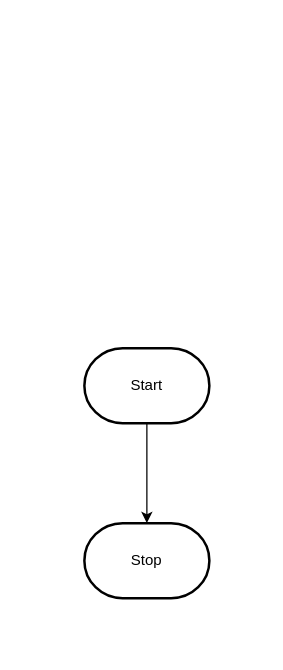
MTHS-ICD2O-1-2023/ICD2O-Unit-3-03-pablo-fiallos-granados keeps this draw.io diagram as design/flowchart.drawio. Above is the earlier version. Source tidied: cells renumbered, new cells numbered last; positions are measured from the earlier drawing's top-left corner, leaving out a move shared by most shapes. Both pictures are drawn from the tidied source at 125%, with x=0, y=0 at pixel (84, 348).
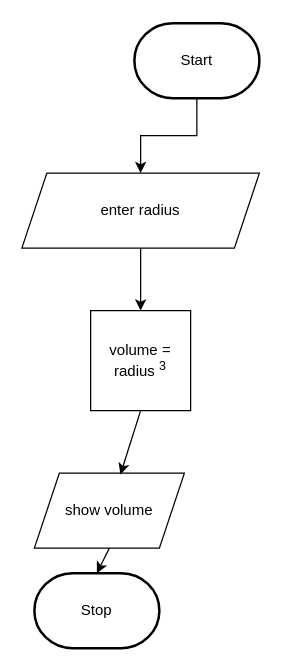
After the change.

What changed in the source:
```diff
@@
 <mxGraphModel>
   <root>
     <mxCell id="0" />
     <mxCell id="1" parent="0" />
-    <mxCell id="2" style="edgeStyle=orthogonalEdgeStyle;html=1;rounded=0;" parent="1" edge="1" source="3" target="4">
-      <mxGeometry relative="1" as="geometry" />
-    </mxCell>
+    <mxCell id="5" style="edgeStyle=orthogonalEdgeStyle;html=1;rounded=0;entryX=0.5;entryY=0;entryDx=0;entryDy=0;" parent="1" edge="1" source="3" target="6">
+      <mxGeometry relative="1" as="geometry" />
+    </mxCell>
     <mxCell id="3" value="Start" style="strokeWidth=2;html=1;shape=mxgraph.flowchart.terminator;whiteSpace=wrap;" parent="1" vertex="1">
-      <mxGeometry width="100" height="60" as="geometry" />
+      <mxGeometry x="40" y="-260" width="100" height="60" as="geometry" />
     </mxCell>
     <mxCell id="4" value="Stop" style="strokeWidth=2;html=1;shape=mxgraph.flowchart.terminator;whiteSpace=wrap;" parent="1" vertex="1">
-      <mxGeometry y="140" width="100" height="60" as="geometry" />
+      <mxGeometry x="-40" y="180" width="100" height="60" as="geometry" />
     </mxCell>
+    <mxCell id="6" value="enter radius" style="shape=parallelogram;perimeter=parallelogramPerimeter;whiteSpace=wrap;html=1;fixedSize=1;" parent="1" vertex="1">
+      <mxGeometry x="-50" y="-140" width="190" height="60" as="geometry" />
+    </mxCell>
+    <mxCell id="7" value="volume = radius &lt;sup&gt;3&lt;/sup&gt;" style="whiteSpace=wrap;html=1;" parent="1" vertex="1">
+      <mxGeometry x="5" y="-30" width="80" height="80" as="geometry" />
+    </mxCell>
+    <mxCell id="8" style="endArrow=classic;html=1;exitX=0.5;exitY=1;exitDx=0;exitDy=0;entryX=0.5;entryY=0;entryDx=0;entryDy=0;" parent="1" edge="1" source="6" target="7">
+      <mxGeometry relative="1" as="geometry" />
+    </mxCell>
+    <mxCell id="9" value="show volume" style="shape=parallelogram;perimeter=parallelogramPerimeter;whiteSpace=wrap;html=1;fixedSize=1;" parent="1" vertex="1">
+      <mxGeometry x="-40" y="100" width="120" height="60" as="geometry" />
+    </mxCell>
+    <mxCell id="10" style="endArrow=classic;html=1;exitX=0.5;exitY=1;exitDx=0;exitDy=0;entryX=0.574;entryY=0.017;entryDx=0;entryDy=0;entryPerimeter=0;" parent="1" edge="1" source="7" target="9">
+      <mxGeometry relative="1" as="geometry" />
+    </mxCell>
+    <mxCell id="11" style="endArrow=classic;html=1;entryX=0.5;entryY=0;entryDx=0;entryDy=0;entryPerimeter=0;" parent="1" edge="1" target="4">
+      <mxGeometry relative="1" as="geometry">
+        <mxPoint x="20" y="160" as="sourcePoint" />
+      </mxGeometry>
+    </mxCell>
   </root>
 </mxGraphModel>
```
